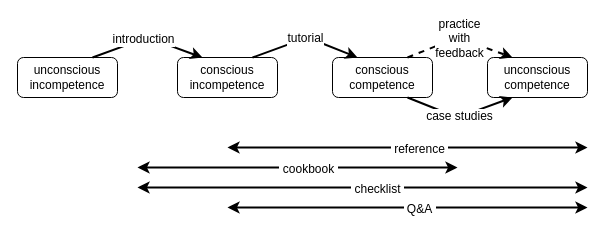
Earlier version of the draw.io diagram files/2019/04/materials.drawio (gvwilson/thirdbit). Source tidied: cells renumbered, new cells numbered last; positions are measured from the earlier drawing's top-left corner, leaving out a move shared by most shapes. Both pictures are drawn from the tidied source at 100%, with x=0, y=0 at pixel (17, 37).
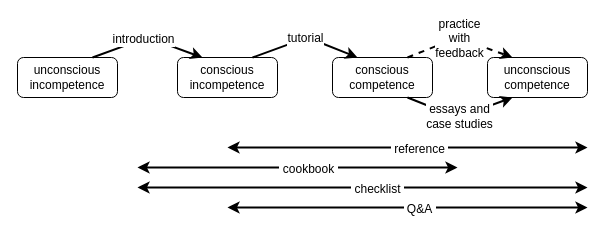
After the change.

The change refers to these unchanged cells:
```xml
<mxCell id="4" value="conscious competence" style="rounded=1;whiteSpace=wrap;html=1;" parent="1" vertex="1">
  <mxGeometry x="315" y="20" width="100" height="40" as="geometry" />
</mxCell>
<mxCell id="5" value="unconscious competence" style="rounded=1;whiteSpace=wrap;html=1;" parent="1" vertex="1">
  <mxGeometry x="470" y="20" width="100" height="40" as="geometry" />
</mxCell>
```

What changed in the source:
```diff
@@
-    <mxCell id="16" value="&lt;font style=&quot;font-size: 12px&quot;&gt;case studies&lt;/font&gt;" style="endArrow=classic;html=1;strokeWidth=2;entryX=0.25;entryY=1;entryDx=0;entryDy=0;exitX=0.75;exitY=1;exitDx=0;exitDy=0;" parent="1" edge="1" source="4" target="5">
+    <mxCell id="16" value="&lt;font style=&quot;font-size: 12px&quot;&gt;essays and&lt;br&gt;case studies&lt;br&gt;&lt;/font&gt;" style="endArrow=classic;html=1;strokeWidth=2;entryX=0.25;entryY=1;entryDx=0;entryDy=0;exitX=0.75;exitY=1;exitDx=0;exitDy=0;" parent="1" edge="1" source="4" target="5">
       <mxGeometry relative="1" as="geometry">
         <Array as="points">
           <mxPoint x="440" y="80" />
         </Array>
       </mxGeometry>
     </mxCell>
```
